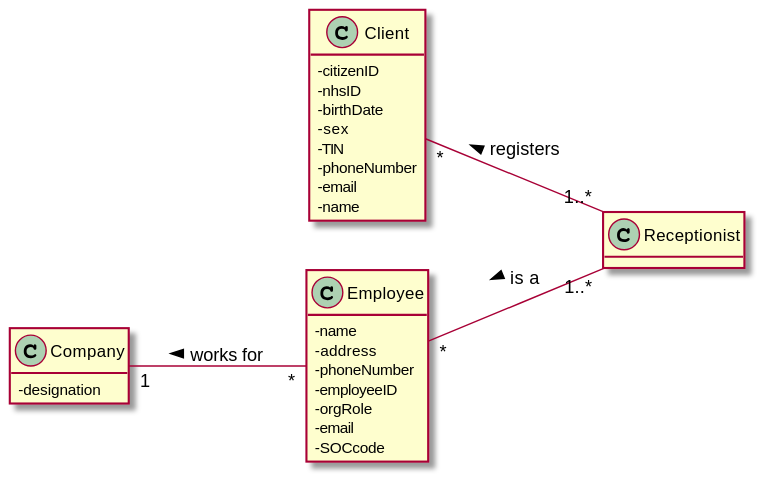
This is docs/SprintB/US03/US03-MD.svg from 0franciscor/lei-21-s2-1de-g19, a PlantUML export, as it was before one commit.
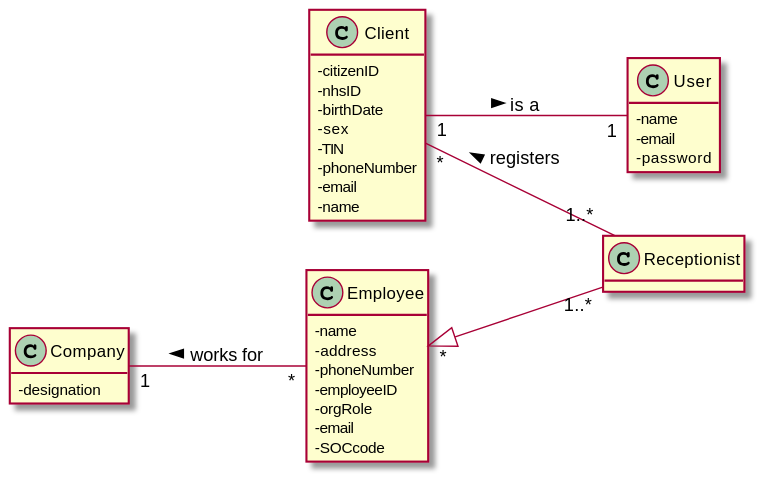
After the commit.

Commit message:
Alterações no "Relevant Domain Model Excerpt" da US3

Change to the diagram source:
```diff
@@ -5,11 +5,13 @@
 class Client
 class Employee
 class Company
+class User
 left to right direction
 
 Client "*" -- "1..*" Receptionist : < registers
-Employee "*" -- "1..*" Receptionist : < is a
+Employee "*" <|-- "1..*" Receptionist
 Company "1" -- "*" Employee : < works for
+Client "1" -- "1" User : > is a
 
 skinparam classAttributeIconSize 0
 
@@ -41,4 +43,10 @@
 -SOCcode
 }
 
+class User {
+-name
+-email
+-password
+}
+
 @enduml
```
